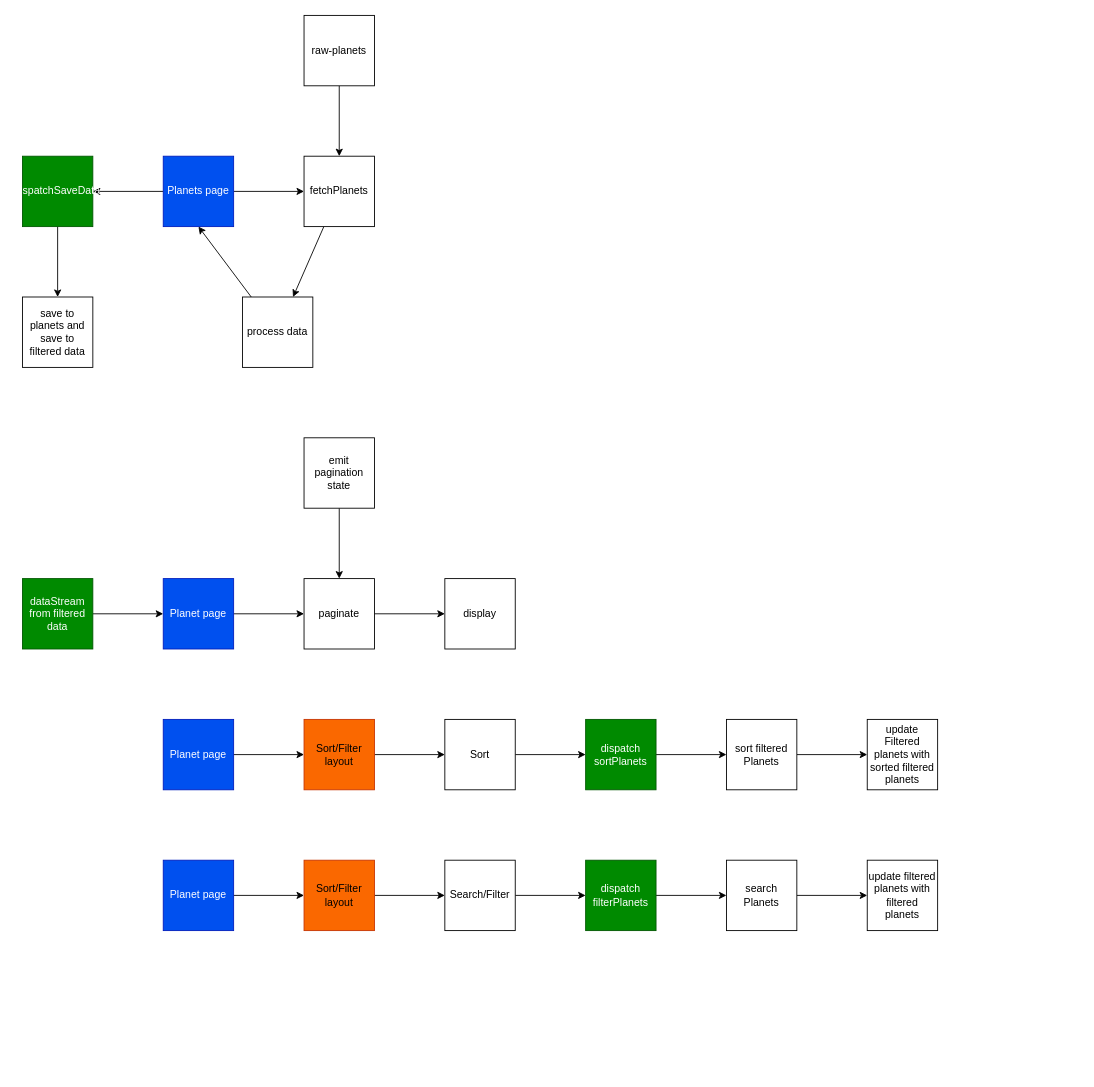
The draw.io diagram page "Latest design" (1 of 2) of data-flow.dio in afroguy16/star-wars, before the edit. Source tidied: cells renumbered, new cells numbered last; positions are measured from the earlier drawing's top-left corner, leaving out a move shared by most shapes. Both pictures are drawn from the tidied source at 88%, with x=0, y=0 at pixel (22, 15).
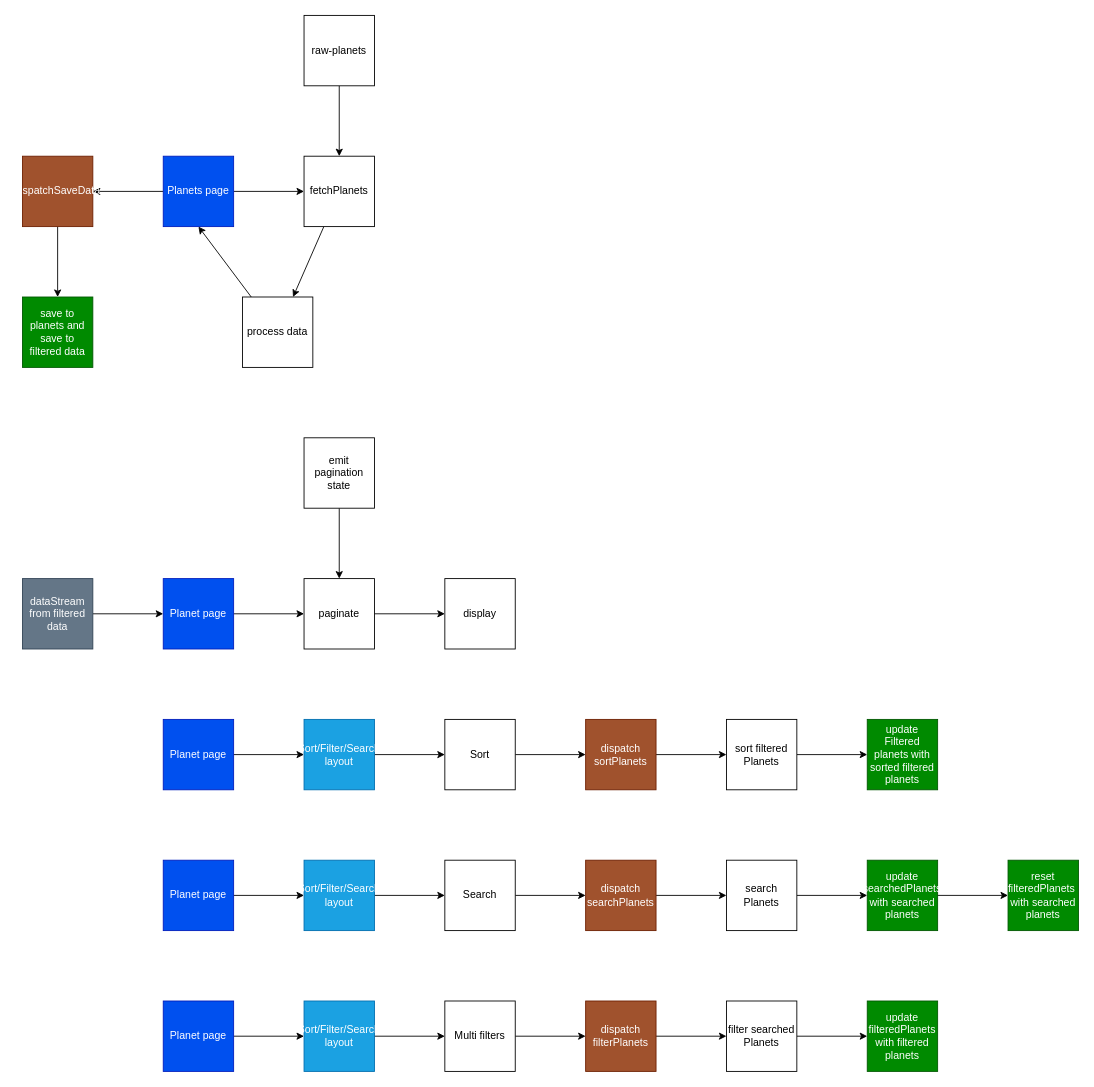
Above is the later version.

Commit message (it also covers changes not shown here):
feat [task-3] decouple Search from MultiFilter

Diff of the diagram source:
```diff
@@
-    <mxCell id="12" value="dispatchSaveData" style="whiteSpace=wrap;html=1;fillColor=#008a00;fontColor=#ffffff;strokeColor=#005700;" parent="1" vertex="1">
+    <mxCell id="12" value="dispatchSaveData" style="whiteSpace=wrap;html=1;fillColor=#a0522d;fontColor=#ffffff;strokeColor=#6D1F00;" parent="1" vertex="1">
       <mxGeometry y="160" width="80" height="80" as="geometry" />
     </mxCell>
@@
-    <mxCell id="14" value="dataStream from filtered data" style="whiteSpace=wrap;html=1;fillColor=#008a00;fontColor=#ffffff;strokeColor=#005700;" parent="1" vertex="1">
+    <mxCell id="14" value="dataStream from filtered data" style="whiteSpace=wrap;html=1;fillColor=#647687;fontColor=#ffffff;strokeColor=#314354;" parent="1" vertex="1">
       <mxGeometry y="640" width="80" height="80" as="geometry" />
     </mxCell>
@@
-    <mxCell id="17" value="save to planets and save to filtered data" style="whiteSpace=wrap;html=1;" parent="1" vertex="1">
+    <mxCell id="17" value="save to planets and save to filtered data" style="whiteSpace=wrap;html=1;fillColor=#008a00;fontColor=#ffffff;strokeColor=#005700;" parent="1" vertex="1">
       <mxGeometry y="320" width="80" height="80" as="geometry" />
     </mxCell>
@@
-    <mxCell id="26" value="dispatch sortPlanets" style="whiteSpace=wrap;html=1;fillColor=#008a00;fontColor=#ffffff;strokeColor=#005700;" parent="1" vertex="1">
+    <mxCell id="26" value="dispatch sortPlanets" style="whiteSpace=wrap;html=1;fillColor=#a0522d;fontColor=#ffffff;strokeColor=#6D1F00;" parent="1" vertex="1">
       <mxGeometry x="640" y="800" width="80" height="80" as="geometry" />
     </mxCell>
@@
-    <mxCell id="28" value="Search/Filter" style="whiteSpace=wrap;html=1;" parent="1" vertex="1">
+    <mxCell id="28" value="Search" style="whiteSpace=wrap;html=1;" parent="1" vertex="1">
       <mxGeometry x="480" y="960" width="80" height="80" as="geometry" />
     </mxCell>
@@
-    <mxCell id="32" value="dispatch filterPlanets" style="whiteSpace=wrap;html=1;fillColor=#008a00;fontColor=#ffffff;strokeColor=#005700;" parent="1" vertex="1">
+    <mxCell id="32" value="dispatch searchPlanets" style="whiteSpace=wrap;html=1;fillColor=#a0522d;fontColor=#ffffff;strokeColor=#6D1F00;" parent="1" vertex="1">
       <mxGeometry x="640" y="960" width="80" height="80" as="geometry" />
     </mxCell>
@@
+    <mxCell id="45" style="edgeStyle=none;html=1;" parent="1" edge="1" source="35" target="57">
+      <mxGeometry relative="1" as="geometry" />
+    </mxCell>
-    <mxCell id="35" value="update filtered planets with filtered planets" style="whiteSpace=wrap;html=1;" parent="1" vertex="1">
+    <mxCell id="35" value="update searchedPlanets with searched planets" style="whiteSpace=wrap;html=1;fillColor=#008a00;fontColor=#ffffff;strokeColor=#005700;" parent="1" vertex="1">
       <mxGeometry x="960" y="960" width="80" height="80" as="geometry" />
     </mxCell>
-    <mxCell id="36" value="update Filtered planets with sorted filtered planets" style="whiteSpace=wrap;html=1;" parent="1" vertex="1">
+    <mxCell id="36" value="update Filtered planets with sorted filtered planets" style="whiteSpace=wrap;html=1;fillColor=#008a00;fontColor=#ffffff;strokeColor=#005700;" parent="1" vertex="1">
       <mxGeometry x="960" y="800" width="80" height="80" as="geometry" />
     </mxCell>
@@
-    <mxCell id="38" value="Sort/Filter layout" style="whiteSpace=wrap;html=1;fillColor=#fa6800;fontColor=#000000;strokeColor=#C73500;" parent="1" vertex="1">
+    <mxCell id="38" value="Sort/Filter/Search layout" style="whiteSpace=wrap;html=1;fillColor=#1ba1e2;fontColor=#ffffff;strokeColor=#006EAF;" parent="1" vertex="1">
       <mxGeometry x="320" y="800" width="80" height="80" as="geometry" />
     </mxCell>
@@
-    <mxCell id="42" value="Sort/Filter layout" style="whiteSpace=wrap;html=1;fillColor=#fa6800;fontColor=#000000;strokeColor=#C73500;" parent="1" vertex="1">
+    <mxCell id="42" value="Sort/Filter/Search layout" style="whiteSpace=wrap;html=1;fillColor=#1ba1e2;fontColor=#ffffff;strokeColor=#006EAF;" parent="1" vertex="1">
       <mxGeometry x="320" y="960" width="80" height="80" as="geometry" />
     </mxCell>
@@
+    <mxCell id="46" style="edgeStyle=none;html=1;" parent="1" edge="1" source="47" target="49">
+      <mxGeometry relative="1" as="geometry" />
+    </mxCell>
+    <mxCell id="47" value="Multi filters" style="whiteSpace=wrap;html=1;" parent="1" vertex="1">
+      <mxGeometry x="480" y="1120" width="80" height="80" as="geometry" />
+    </mxCell>
+    <mxCell id="48" style="edgeStyle=none;html=1;" parent="1" edge="1" source="49" target="51">
+      <mxGeometry relative="1" as="geometry" />
+    </mxCell>
+    <mxCell id="49" value="dispatch filterPlanets" style="whiteSpace=wrap;html=1;fillColor=#a0522d;fontColor=#ffffff;strokeColor=#6D1F00;" parent="1" vertex="1">
+      <mxGeometry x="640" y="1120" width="80" height="80" as="geometry" />
+    </mxCell>
+    <mxCell id="50" style="edgeStyle=none;html=1;" parent="1" edge="1" source="51" target="52">
+      <mxGeometry relative="1" as="geometry" />
+    </mxCell>
+    <mxCell id="51" value="filter searched Planets" style="whiteSpace=wrap;html=1;" parent="1" vertex="1">
+      <mxGeometry x="800" y="1120" width="80" height="80" as="geometry" />
+    </mxCell>
+    <mxCell id="52" value="update filteredPlanets with filtered planets" style="whiteSpace=wrap;html=1;fillColor=#008a00;fontColor=#ffffff;strokeColor=#005700;" parent="1" vertex="1">
+      <mxGeometry x="960" y="1120" width="80" height="80" as="geometry" />
+    </mxCell>
+    <mxCell id="53" style="edgeStyle=none;html=1;" parent="1" edge="1" source="54" target="47">
+      <mxGeometry relative="1" as="geometry" />
+    </mxCell>
+    <mxCell id="54" value="Sort/Filter/Search layout" style="whiteSpace=wrap;html=1;fillColor=#1ba1e2;fontColor=#ffffff;strokeColor=#006EAF;" parent="1" vertex="1">
+      <mxGeometry x="320" y="1120" width="80" height="80" as="geometry" />
+    </mxCell>
+    <mxCell id="55" style="edgeStyle=none;html=1;" parent="1" edge="1" source="56" target="54">
+      <mxGeometry relative="1" as="geometry" />
+    </mxCell>
+    <mxCell id="56" value="Planet page" style="whiteSpace=wrap;html=1;fillColor=#0050ef;fontColor=#ffffff;strokeColor=#001DBC;" parent="1" vertex="1">
+      <mxGeometry x="160" y="1120" width="80" height="80" as="geometry" />
+    </mxCell>
+    <mxCell id="57" value="reset filteredPlanets&amp;nbsp; with searched planets" style="whiteSpace=wrap;html=1;fillColor=#008a00;fontColor=#ffffff;strokeColor=#005700;" parent="1" vertex="1">
+      <mxGeometry x="1120" y="960" width="80" height="80" as="geometry" />
+    </mxCell>
```
